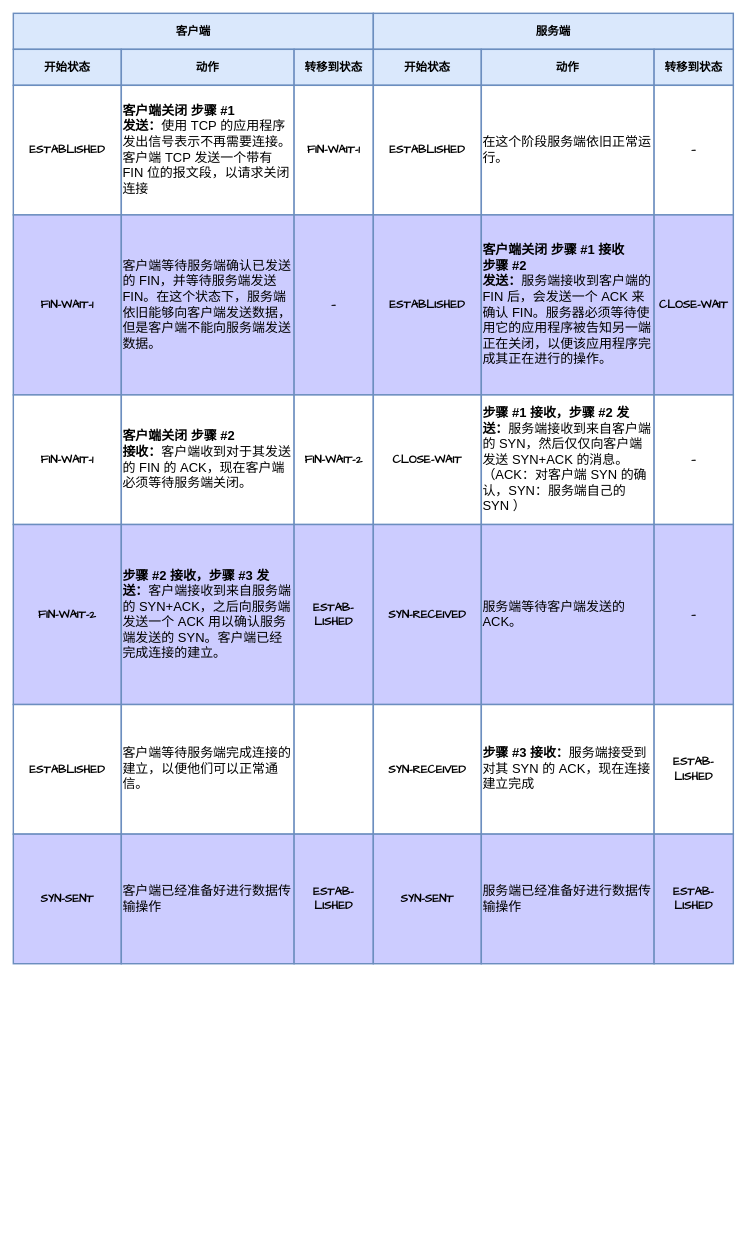
The draw.io diagram page "Page-7" (7 of 7) of TCP.drawio in LuoSue/sscdn, before the edit. Source tidied: cells renumbered, new cells numbered last; positions are measured from the earlier drawing's top-left corner, leaving out a move shared by most shapes. Both pictures are drawn from the tidied source at 72%, with x=0, y=0 at pixel (13, 13).
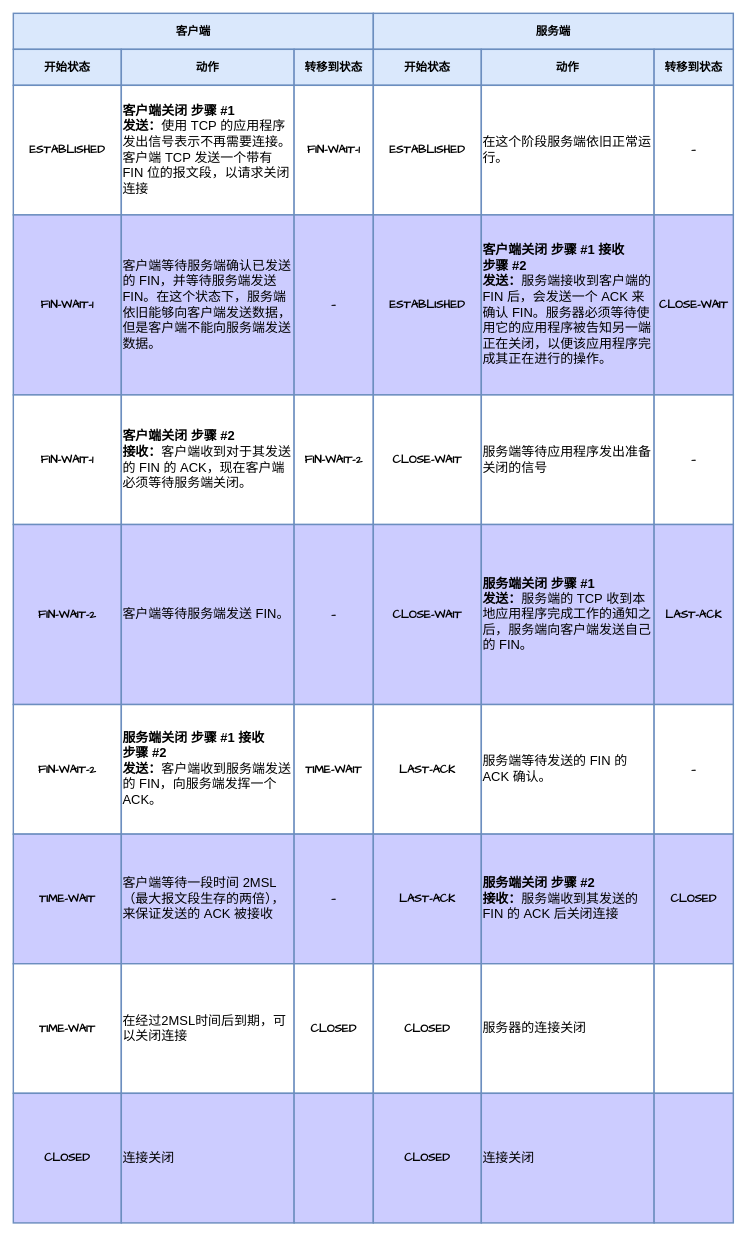
The same page after the edit.

Diff of the diagram source:
```diff
@@
-    <mxCell id="11" value="&lt;font face=&quot;HarmonyOS Sans&quot;&gt;&lt;span style=&quot;font-size: 18px;&quot;&gt;&lt;b&gt;客户端关闭&amp;nbsp;步骤 #1&lt;/b&gt;&lt;/span&gt;&lt;/font&gt;&lt;div&gt;&lt;font face=&quot;HarmonyOS Sans&quot;&gt;&lt;span style=&quot;font-size: 18px;&quot;&gt;&lt;b&gt;发送：&lt;/b&gt;使用 TCP&amp;nbsp;的应用程序发出信号表示不再需要连接。客户端 TCP&amp;nbsp;发送一个带有 FIN&amp;nbsp;位的报文段，以请求关闭连接&lt;/span&gt;&lt;/font&gt;&lt;/div&gt;" style="rounded=0;whiteSpace=wrap;html=1;strokeWidth=2;fillWeight=4;hachureGap=8;hachureAngle=45;fillColor=default;strokeColor=#6c8ebf;align=left;" parent="1" vertex="1">
+    <mxCell id="11" value="&lt;span style=&quot;font-size: 18px;&quot;&gt;&lt;b style=&quot;&quot;&gt;&lt;font face=&quot;HarmonyOS Sans&quot;&gt;客户端关闭&amp;nbsp;步骤 #1&lt;/font&gt;&lt;/b&gt;&lt;/span&gt;&lt;div&gt;&lt;span style=&quot;font-size: 18px;&quot;&gt;&lt;font face=&quot;tuTX2uS6eIChlI_M7sbH&quot;&gt;&lt;b style=&quot;&quot;&gt;发送：&lt;/b&gt;使用 TCP&amp;nbsp;的应用程序发出信号表示不再需要连接。客户端 TCP&amp;nbsp;发送一个带有 FIN&amp;nbsp;位的报文段，以请求关闭连接&lt;/font&gt;&lt;/span&gt;&lt;/div&gt;" style="rounded=0;whiteSpace=wrap;html=1;strokeWidth=2;fillWeight=4;hachureGap=8;hachureAngle=45;fillColor=default;strokeColor=#6c8ebf;align=left;" parent="1" vertex="1">
       <mxGeometry x="150" y="100" width="240" height="180" as="geometry" />
     </mxCell>
@@
-    <mxCell id="20" value="&lt;b style=&quot;font-family: &amp;quot;HarmonyOS Sans&amp;quot;; font-size: 18px;&quot;&gt;客户端关闭&amp;nbsp;步骤 #1&amp;nbsp;接收&lt;/b&gt;&lt;div&gt;&lt;b style=&quot;font-family: &amp;quot;HarmonyOS Sans&amp;quot;; font-size: 18px;&quot;&gt;步骤 #2&lt;/b&gt;&lt;/div&gt;&lt;div&gt;&lt;b style=&quot;font-family: &amp;quot;HarmonyOS Sans&amp;quot;; font-size: 18px;&quot;&gt;发送：&lt;/b&gt;&lt;span style=&quot;background-color: initial; font-size: 18px;&quot;&gt;&lt;font face=&quot;HarmonyOS Sans&quot;&gt;服务端接收到客户端的 FIN 后，会发送一个 ACK 来确认 FIN。服务器必须等待使用它的应用程序被告知另一端正在关闭，以便该应用程序完成其正在进行的操作。&lt;/font&gt;&lt;/span&gt;&lt;/div&gt;" style="rounded=0;whiteSpace=wrap;html=1;strokeWidth=2;fillWeight=4;hachureGap=8;hachureAngle=45;fillColor=#CCCCFF;strokeColor=#6c8ebf;align=left;" parent="1" vertex="1">
+    <mxCell id="20" value="&lt;b style=&quot;font-size: 18px;&quot;&gt;&lt;font face=&quot;HarmonyOS Sans&quot;&gt;客户端关闭&amp;nbsp;步骤 #1&amp;nbsp;接收&lt;/font&gt;&lt;/b&gt;&lt;div&gt;&lt;b style=&quot;font-size: 18px;&quot;&gt;&lt;font face=&quot;LI2wgQRrSszzwWAscirj&quot;&gt;步骤 #2&lt;/font&gt;&lt;/b&gt;&lt;/div&gt;&lt;div&gt;&lt;font face=&quot;LI2wgQRrSszzwWAscirj&quot;&gt;&lt;b style=&quot;font-size: 18px;&quot;&gt;发送：&lt;/b&gt;&lt;span style=&quot;background-color: initial; font-size: 18px;&quot;&gt;服务端接收到客户端的 FIN 后，会发送一个 ACK 来确认 FIN。服务器必须等待使用它的应用程序被告知另一端正在关闭，以便该应用程序完成其正在进行的操作。&lt;/span&gt;&lt;/font&gt;&lt;/div&gt;" style="rounded=0;whiteSpace=wrap;html=1;strokeWidth=2;fillWeight=4;hachureGap=8;hachureAngle=45;fillColor=#CCCCFF;strokeColor=#6c8ebf;align=left;" parent="1" vertex="1">
       <mxGeometry x="650" y="280" width="240" height="250" as="geometry" />
     </mxCell>
@@
-    <mxCell id="23" value="&lt;font face=&quot;HarmonyOS Sans&quot;&gt;&lt;span style=&quot;font-size: 18px;&quot;&gt;&lt;b&gt;客户端关闭&amp;nbsp;步骤 #2&lt;/b&gt;&lt;/span&gt;&lt;/font&gt;&lt;div&gt;&lt;font face=&quot;HarmonyOS Sans&quot;&gt;&lt;span style=&quot;font-size: 18px;&quot;&gt;&lt;b&gt;接收：&lt;/b&gt;客户端收到对于其发送的 FIN&amp;nbsp;的 ACK，现在客户端必须等待服务端关闭。&lt;/span&gt;&lt;/font&gt;&lt;/div&gt;" style="rounded=0;whiteSpace=wrap;html=1;strokeWidth=2;fillWeight=4;hachureGap=8;hachureAngle=45;fillColor=default;strokeColor=#6c8ebf;align=left;" parent="1" vertex="1">
+    <mxCell id="23" value="&lt;span style=&quot;font-size: 18px;&quot;&gt;&lt;b style=&quot;&quot;&gt;&lt;font face=&quot;HarmonyOS Sans&quot;&gt;客户端关闭&amp;nbsp;步骤 #2&lt;/font&gt;&lt;/b&gt;&lt;/span&gt;&lt;div&gt;&lt;span style=&quot;font-size: 18px;&quot;&gt;&lt;font face=&quot;Zy6z-xMidC0YDZ-pbTR6&quot;&gt;&lt;b style=&quot;&quot;&gt;接收：&lt;/b&gt;客户端收到对于其发送的 FIN&amp;nbsp;的 ACK，现在客户端必须等待服务端关闭。&lt;/font&gt;&lt;/span&gt;&lt;/div&gt;" style="rounded=0;whiteSpace=wrap;html=1;strokeWidth=2;fillWeight=4;hachureGap=8;hachureAngle=45;fillColor=default;strokeColor=#6c8ebf;align=left;" parent="1" vertex="1">
       <mxGeometry x="150" y="530" width="240" height="180" as="geometry" />
     </mxCell>
@@
-    <mxCell id="26" value="&lt;span style=&quot;font-size: 18px; background-color: initial; font-family: &amp;quot;HarmonyOS Sans&amp;quot;;&quot;&gt;&lt;b&gt;步骤 #1&amp;nbsp;接收，步骤 #2&amp;nbsp;发送：&lt;/b&gt;服务端接收到来自客户端的 SYN，然后仅仅向客户端发送 SYN+ACK&amp;nbsp;的消息。（ACK：对客户端 SYN&amp;nbsp;的确认，SYN：服务端自己的 SYN ）&lt;/span&gt;" style="rounded=0;whiteSpace=wrap;html=1;strokeWidth=2;fillWeight=4;hachureGap=8;hachureAngle=45;fillColor=default;strokeColor=#6c8ebf;align=left;" parent="1" vertex="1">
+    <mxCell id="26" value="&lt;span style=&quot;font-size: 18px;&quot;&gt;&lt;font face=&quot;HarmonyOS Sans&quot;&gt;服务端等待应用程序发出准备关闭的信号&lt;/font&gt;&lt;/span&gt;" style="rounded=0;whiteSpace=wrap;html=1;strokeWidth=2;fillWeight=4;hachureGap=8;hachureAngle=45;fillColor=default;strokeColor=#6c8ebf;align=left;" parent="1" vertex="1">
       <mxGeometry x="650" y="530" width="240" height="180" as="geometry" />
     </mxCell>
@@
-    <mxCell id="29" value="&lt;div style=&quot;font-size: 18px;&quot;&gt;&lt;span style=&quot;font-family: &amp;quot;HarmonyOS Sans&amp;quot;; background-color: initial;&quot;&gt;&lt;b&gt;步骤 #2&amp;nbsp;接收，步骤 #3&amp;nbsp;发送：&lt;/b&gt;客户端接收到来自服务端的 SYN+ACK，之后向服务端发送一个 ACK&amp;nbsp;用以确认服务端发送的 SYN。客户端已经完成连接的建立。&lt;/span&gt;&lt;/div&gt;" style="rounded=0;whiteSpace=wrap;html=1;strokeWidth=2;fillWeight=4;hachureGap=8;hachureAngle=45;fillColor=#CCCCFF;strokeColor=#6c8ebf;align=left;" parent="1" vertex="1">
+    <mxCell id="29" value="&lt;div style=&quot;font-size: 18px;&quot;&gt;&lt;font face=&quot;HarmonyOS Sans&quot;&gt;客户端等待服务端发送 FIN。&lt;/font&gt;&lt;/div&gt;" style="rounded=0;whiteSpace=wrap;html=1;strokeWidth=2;fillWeight=4;hachureGap=8;hachureAngle=45;fillColor=#CCCCFF;strokeColor=#6c8ebf;align=left;" parent="1" vertex="1">
       <mxGeometry x="150" y="710" width="240" height="250" as="geometry" />
     </mxCell>
-    <mxCell id="30" value="&lt;font face=&quot;Comic Sans MS&quot;&gt;&lt;span style=&quot;font-size: 16px;&quot;&gt;&lt;b&gt;ESTAB-LISHED&lt;/b&gt;&lt;/span&gt;&lt;/font&gt;" style="rounded=0;whiteSpace=wrap;html=1;strokeWidth=2;fillWeight=4;hachureGap=8;hachureAngle=45;fillColor=#CCCCFF;strokeColor=#6c8ebf;" parent="1" vertex="1">
+    <mxCell id="30" value="&lt;b style=&quot;font-size: 16px;&quot;&gt;&lt;font face=&quot;Comic Sans MS&quot;&gt;—&lt;/font&gt;&lt;/b&gt;" style="rounded=0;whiteSpace=wrap;html=1;strokeWidth=2;fillWeight=4;hachureGap=8;hachureAngle=45;fillColor=#CCCCFF;strokeColor=#6c8ebf;" parent="1" vertex="1">
       <mxGeometry x="390" y="710" width="110" height="250" as="geometry" />
     </mxCell>
-    <mxCell id="31" value="&lt;font face=&quot;Comic Sans MS&quot;&gt;&lt;span style=&quot;font-size: 16px;&quot;&gt;&lt;b&gt;SYN-RECEIVED&lt;/b&gt;&lt;/span&gt;&lt;/font&gt;" style="rounded=0;whiteSpace=wrap;html=1;strokeWidth=2;fillWeight=4;hachureGap=8;hachureAngle=45;fillColor=#CCCCFF;strokeColor=#6c8ebf;" parent="1" vertex="1">
+    <mxCell id="31" value="&lt;b style=&quot;font-family: &amp;quot;Comic Sans MS&amp;quot;; font-size: 16px;&quot;&gt;CLOSE-WAIT&lt;/b&gt;" style="rounded=0;whiteSpace=wrap;html=1;strokeWidth=2;fillWeight=4;hachureGap=8;hachureAngle=45;fillColor=#CCCCFF;strokeColor=#6c8ebf;" parent="1" vertex="1">
       <mxGeometry x="500" y="710" width="150" height="250" as="geometry" />
     </mxCell>
-    <mxCell id="32" value="&lt;div style=&quot;font-size: 18px;&quot;&gt;&lt;font face=&quot;HarmonyOS Sans&quot;&gt;服务端等待客户端发送的 ACK。&lt;/font&gt;&lt;/div&gt;" style="rounded=0;whiteSpace=wrap;html=1;strokeWidth=2;fillWeight=4;hachureGap=8;hachureAngle=45;fillColor=#CCCCFF;strokeColor=#6c8ebf;align=left;" parent="1" vertex="1">
+    <mxCell id="32" value="&lt;div style=&quot;font-size: 18px;&quot;&gt;&lt;font face=&quot;HarmonyOS Sans&quot;&gt;&lt;b&gt;服务端关闭 步骤 #1&lt;/b&gt;&lt;/font&gt;&lt;/div&gt;&lt;div style=&quot;font-size: 18px;&quot;&gt;&lt;font face=&quot;HarmonyOS Sans&quot;&gt;&lt;b&gt;发送：&lt;/b&gt;服务端的 TCP&amp;nbsp;收到本地应用程序完成工作的通知之后，服务端向客户端发送自己的 FIN。&lt;/font&gt;&lt;/div&gt;" style="rounded=0;whiteSpace=wrap;html=1;strokeWidth=2;fillWeight=4;hachureGap=8;hachureAngle=45;fillColor=#CCCCFF;strokeColor=#6c8ebf;align=left;" parent="1" vertex="1">
       <mxGeometry x="650" y="710" width="240" height="250" as="geometry" />
     </mxCell>
-    <mxCell id="33" value="&lt;font face=&quot;Comic Sans MS&quot;&gt;&lt;span style=&quot;font-size: 16px;&quot;&gt;&lt;b&gt;—&lt;/b&gt;&lt;/span&gt;&lt;/font&gt;" style="rounded=0;whiteSpace=wrap;html=1;strokeWidth=2;fillWeight=4;hachureGap=8;hachureAngle=45;fillColor=#CCCCFF;strokeColor=#6c8ebf;" parent="1" vertex="1">
+    <mxCell id="33" value="&lt;font face=&quot;Comic Sans MS&quot;&gt;&lt;span style=&quot;font-size: 16px;&quot;&gt;&lt;b&gt;LAST-ACK&lt;/b&gt;&lt;/span&gt;&lt;/font&gt;" style="rounded=0;whiteSpace=wrap;html=1;strokeWidth=2;fillWeight=4;hachureGap=8;hachureAngle=45;fillColor=#CCCCFF;strokeColor=#6c8ebf;" parent="1" vertex="1">
       <mxGeometry x="890" y="710" width="110" height="250" as="geometry" />
     </mxCell>
-    <mxCell id="34" value="&lt;b style=&quot;font-family: &amp;quot;Comic Sans MS&amp;quot;; font-size: 16px;&quot;&gt;ESTABLISHED&lt;/b&gt;" style="rounded=0;whiteSpace=wrap;html=1;strokeWidth=2;fillWeight=4;hachureGap=8;hachureAngle=45;fillColor=default;strokeColor=#6c8ebf;" parent="1" vertex="1">
+    <mxCell id="34" value="&lt;b style=&quot;font-family: &amp;quot;Comic Sans MS&amp;quot;; font-size: 16px;&quot;&gt;FIN-WAIT-2&lt;/b&gt;" style="rounded=0;whiteSpace=wrap;html=1;strokeWidth=2;fillWeight=4;hachureGap=8;hachureAngle=45;fillColor=default;strokeColor=#6c8ebf;" parent="1" vertex="1">
       <mxGeometry y="960" width="150" height="180" as="geometry" />
     </mxCell>
-    <mxCell id="35" value="&lt;font face=&quot;HarmonyOS Sans&quot;&gt;&lt;span style=&quot;font-size: 18px;&quot;&gt;客户端等待服务端完成连接的建立，以便他们可以正常通信。&lt;/span&gt;&lt;/font&gt;" style="rounded=0;whiteSpace=wrap;html=1;strokeWidth=2;fillWeight=4;hachureGap=8;hachureAngle=45;fillColor=default;strokeColor=#6c8ebf;align=left;" parent="1" vertex="1">
+    <mxCell id="35" value="&lt;div style=&quot;font-size: 18px;&quot;&gt;&lt;font face=&quot;HarmonyOS Sans&quot;&gt;&lt;b&gt;服务端关闭 步骤 #1 接收&lt;/b&gt;&lt;/font&gt;&lt;/div&gt;&lt;div style=&quot;font-size: 18px;&quot;&gt;&lt;font face=&quot;HarmonyOS Sans&quot;&gt;&lt;b&gt;步骤 #2&lt;/b&gt;&lt;/font&gt;&lt;/div&gt;&lt;div style=&quot;font-size: 18px;&quot;&gt;&lt;font face=&quot;HarmonyOS Sans&quot;&gt;&lt;b&gt;发送：&lt;/b&gt;客户端收到服务端发送的 FIN，向服务端发挥一个 ACK。&lt;/font&gt;&lt;/div&gt;" style="rounded=0;whiteSpace=wrap;html=1;strokeWidth=2;fillWeight=4;hachureGap=8;hachureAngle=45;fillColor=default;strokeColor=#6c8ebf;align=left;" parent="1" vertex="1">
       <mxGeometry x="150" y="960" width="240" height="180" as="geometry" />
     </mxCell>
-    <mxCell id="36" style="rounded=0;whiteSpace=wrap;html=1;strokeWidth=2;fillWeight=4;hachureGap=8;hachureAngle=45;fillColor=default;strokeColor=#6c8ebf;" parent="1" vertex="1">
+    <mxCell id="36" value="&lt;b style=&quot;font-family: &amp;quot;Comic Sans MS&amp;quot;; font-size: 16px;&quot;&gt;TIME-WAIT&lt;/b&gt;" style="rounded=0;whiteSpace=wrap;html=1;strokeWidth=2;fillWeight=4;hachureGap=8;hachureAngle=45;fillColor=default;strokeColor=#6c8ebf;" parent="1" vertex="1">
       <mxGeometry x="390" y="960" width="110" height="180" as="geometry" />
     </mxCell>
-    <mxCell id="37" value="&lt;b style=&quot;font-family: &amp;quot;Comic Sans MS&amp;quot;; font-size: 16px;&quot;&gt;SYN-RECEIVED&lt;/b&gt;" style="rounded=0;whiteSpace=wrap;html=1;strokeWidth=2;fillWeight=4;hachureGap=8;hachureAngle=45;fillColor=default;strokeColor=#6c8ebf;" parent="1" vertex="1">
+    <mxCell id="37" value="&lt;b style=&quot;font-family: &amp;quot;Comic Sans MS&amp;quot;; font-size: 16px;&quot;&gt;LAST-ACK&lt;/b&gt;" style="rounded=0;whiteSpace=wrap;html=1;strokeWidth=2;fillWeight=4;hachureGap=8;hachureAngle=45;fillColor=default;strokeColor=#6c8ebf;" parent="1" vertex="1">
       <mxGeometry x="500" y="960" width="150" height="180" as="geometry" />
     </mxCell>
-    <mxCell id="38" value="&lt;span style=&quot;font-size: 18px; background-color: initial; font-family: &amp;quot;HarmonyOS Sans&amp;quot;;&quot;&gt;&lt;b&gt;步骤 #3&amp;nbsp;接收：&lt;/b&gt;服务端接受到对其 SYN&amp;nbsp;的 ACK，现在连接建立完成&lt;/span&gt;" style="rounded=0;whiteSpace=wrap;html=1;strokeWidth=2;fillWeight=4;hachureGap=8;hachureAngle=45;fillColor=default;strokeColor=#6c8ebf;align=left;" parent="1" vertex="1">
+    <mxCell id="38" value="&lt;font face=&quot;HarmonyOS Sans&quot;&gt;&lt;span style=&quot;font-size: 18px;&quot;&gt;服务端等待发送的 FIN&amp;nbsp;的 ACK&amp;nbsp;确认。&lt;/span&gt;&lt;/font&gt;" style="rounded=0;whiteSpace=wrap;html=1;strokeWidth=2;fillWeight=4;hachureGap=8;hachureAngle=45;fillColor=default;strokeColor=#6c8ebf;align=left;" parent="1" vertex="1">
       <mxGeometry x="650" y="960" width="240" height="180" as="geometry" />
     </mxCell>
-    <mxCell id="39" value="&lt;b style=&quot;font-family: &amp;quot;Comic Sans MS&amp;quot;; font-size: 16px;&quot;&gt;ESTAB-LISHED&lt;/b&gt;" style="rounded=0;whiteSpace=wrap;html=1;strokeWidth=2;fillWeight=4;hachureGap=8;hachureAngle=45;fillColor=default;strokeColor=#6c8ebf;" parent="1" vertex="1">
+    <mxCell id="39" value="&lt;b style=&quot;font-size: 16px;&quot;&gt;&lt;font face=&quot;Comic Sans MS&quot;&gt;—&lt;/font&gt;&lt;/b&gt;" style="rounded=0;whiteSpace=wrap;html=1;strokeWidth=2;fillWeight=4;hachureGap=8;hachureAngle=45;fillColor=default;strokeColor=#6c8ebf;" parent="1" vertex="1">
       <mxGeometry x="890" y="960" width="110" height="180" as="geometry" />
     </mxCell>
-    <mxCell id="40" value="&lt;font face=&quot;Comic Sans MS&quot;&gt;&lt;span style=&quot;font-size: 16px;&quot;&gt;&lt;b&gt;SYN-SENT&lt;/b&gt;&lt;/span&gt;&lt;/font&gt;" style="rounded=0;whiteSpace=wrap;html=1;strokeWidth=2;fillWeight=4;hachureGap=8;hachureAngle=45;fillColor=#CCCCFF;strokeColor=#6c8ebf;" parent="1" vertex="1">
+    <mxCell id="40" value="&lt;b style=&quot;font-family: &amp;quot;Comic Sans MS&amp;quot;; font-size: 16px;&quot;&gt;TIME-WAIT&lt;/b&gt;" style="rounded=0;whiteSpace=wrap;html=1;strokeWidth=2;fillWeight=4;hachureGap=8;hachureAngle=45;fillColor=#CCCCFF;strokeColor=#6c8ebf;" parent="1" vertex="1">
       <mxGeometry y="1140" width="150" height="180" as="geometry" />
     </mxCell>
-    <mxCell id="41" value="&lt;div style=&quot;font-size: 18px;&quot;&gt;&lt;font face=&quot;HarmonyOS Sans&quot;&gt;客户端已经准备好进行数据传输操作&lt;/font&gt;&lt;/div&gt;" style="rounded=0;whiteSpace=wrap;html=1;strokeWidth=2;fillWeight=4;hachureGap=8;hachureAngle=45;fillColor=#CCCCFF;strokeColor=#6c8ebf;align=left;" parent="1" vertex="1">
+    <mxCell id="41" value="&lt;div style=&quot;font-size: 18px;&quot;&gt;&lt;span style=&quot;font-family: &amp;quot;HarmonyOS Sans&amp;quot;;&quot;&gt;客户端等待一段时间 2MSL（最大报文段生存的两倍），来保证发送的 ACK&amp;nbsp;被接收&lt;/span&gt;&lt;br&gt;&lt;/div&gt;" style="rounded=0;whiteSpace=wrap;html=1;strokeWidth=2;fillWeight=4;hachureGap=8;hachureAngle=45;fillColor=#CCCCFF;strokeColor=#6c8ebf;align=left;" parent="1" vertex="1">
       <mxGeometry x="150" y="1140" width="240" height="180" as="geometry" />
     </mxCell>
-    <mxCell id="42" value="&lt;font face=&quot;Comic Sans MS&quot;&gt;&lt;span style=&quot;font-size: 16px;&quot;&gt;&lt;b&gt;ESTAB-LISHED&lt;/b&gt;&lt;/span&gt;&lt;/font&gt;" style="rounded=0;whiteSpace=wrap;html=1;strokeWidth=2;fillWeight=4;hachureGap=8;hachureAngle=45;fillColor=#CCCCFF;strokeColor=#6c8ebf;" parent="1" vertex="1">
+    <mxCell id="42" value="&lt;b style=&quot;font-size: 16px;&quot;&gt;&lt;font face=&quot;Comic Sans MS&quot;&gt;—&lt;/font&gt;&lt;/b&gt;" style="rounded=0;whiteSpace=wrap;html=1;strokeWidth=2;fillWeight=4;hachureGap=8;hachureAngle=45;fillColor=#CCCCFF;strokeColor=#6c8ebf;" parent="1" vertex="1">
       <mxGeometry x="390" y="1140" width="110" height="180" as="geometry" />
     </mxCell>
-    <mxCell id="43" value="&lt;font face=&quot;Comic Sans MS&quot;&gt;&lt;span style=&quot;font-size: 16px;&quot;&gt;&lt;b&gt;SYN-SENT&lt;/b&gt;&lt;/span&gt;&lt;/font&gt;" style="rounded=0;whiteSpace=wrap;html=1;strokeWidth=2;fillWeight=4;hachureGap=8;hachureAngle=45;fillColor=#CCCCFF;strokeColor=#6c8ebf;" parent="1" vertex="1">
+    <mxCell id="43" value="&lt;b style=&quot;font-family: &amp;quot;Comic Sans MS&amp;quot;; font-size: 16px;&quot;&gt;LAST-ACK&lt;/b&gt;" style="rounded=0;whiteSpace=wrap;html=1;strokeWidth=2;fillWeight=4;hachureGap=8;hachureAngle=45;fillColor=#CCCCFF;strokeColor=#6c8ebf;" parent="1" vertex="1">
       <mxGeometry x="500" y="1140" width="150" height="180" as="geometry" />
     </mxCell>
-    <mxCell id="44" value="&lt;div style=&quot;font-size: 18px;&quot;&gt;&lt;span style=&quot;font-family: &amp;quot;HarmonyOS Sans&amp;quot;;&quot;&gt;服务端已经准备好进行数据传输操作&lt;/span&gt;&lt;br&gt;&lt;/div&gt;" style="rounded=0;whiteSpace=wrap;html=1;strokeWidth=2;fillWeight=4;hachureGap=8;hachureAngle=45;fillColor=#CCCCFF;strokeColor=#6c8ebf;align=left;" parent="1" vertex="1">
+    <mxCell id="44" value="&lt;div style=&quot;font-size: 18px;&quot;&gt;&lt;div&gt;&lt;font face=&quot;HarmonyOS Sans&quot;&gt;&lt;b&gt;服务端关闭&amp;nbsp;&lt;/b&gt;&lt;/font&gt;&lt;b style=&quot;font-family: &amp;quot;HarmonyOS Sans&amp;quot;; background-color: initial;&quot;&gt;步骤 #2&lt;/b&gt;&lt;/div&gt;&lt;div&gt;&lt;font face=&quot;HarmonyOS Sans&quot;&gt;&lt;b&gt;接收：&lt;/b&gt;服务端收到其发送的 FIN&amp;nbsp;的 ACK&amp;nbsp;后关闭连接&lt;/font&gt;&lt;/div&gt;&lt;/div&gt;" style="rounded=0;whiteSpace=wrap;html=1;strokeWidth=2;fillWeight=4;hachureGap=8;hachureAngle=45;fillColor=#CCCCFF;strokeColor=#6c8ebf;align=left;" parent="1" vertex="1">
       <mxGeometry x="650" y="1140" width="240" height="180" as="geometry" />
     </mxCell>
-    <mxCell id="45" value="&lt;font face=&quot;Comic Sans MS&quot;&gt;&lt;span style=&quot;font-size: 16px;&quot;&gt;&lt;b&gt;ESTAB-LISHED&lt;/b&gt;&lt;/span&gt;&lt;/font&gt;" style="rounded=0;whiteSpace=wrap;html=1;strokeWidth=2;fillWeight=4;hachureGap=8;hachureAngle=45;fillColor=#CCCCFF;strokeColor=#6c8ebf;" parent="1" vertex="1">
+    <mxCell id="45" value="&lt;font face=&quot;Comic Sans MS&quot;&gt;&lt;span style=&quot;font-size: 16px;&quot;&gt;&lt;b&gt;CLOSED&lt;/b&gt;&lt;/span&gt;&lt;/font&gt;" style="rounded=0;whiteSpace=wrap;html=1;strokeWidth=2;fillWeight=4;hachureGap=8;hachureAngle=45;fillColor=#CCCCFF;strokeColor=#6c8ebf;" parent="1" vertex="1">
       <mxGeometry x="890" y="1140" width="110" height="180" as="geometry" />
     </mxCell>
+    <mxCell id="46" value="&lt;b style=&quot;font-family: &amp;quot;Comic Sans MS&amp;quot;; font-size: 16px;&quot;&gt;TIME-WAIT&lt;/b&gt;" style="rounded=0;whiteSpace=wrap;html=1;strokeWidth=2;fillWeight=4;hachureGap=8;hachureAngle=45;fillColor=default;strokeColor=#6c8ebf;" parent="1" vertex="1">
+      <mxGeometry y="1320" width="150" height="180" as="geometry" />
+    </mxCell>
+    <mxCell id="47" value="&lt;div style=&quot;font-size: 18px;&quot;&gt;&lt;font face=&quot;HarmonyOS Sans&quot;&gt;在经过2MSL时间后到期，可以关闭连接&lt;/font&gt;&lt;/div&gt;" style="rounded=0;whiteSpace=wrap;html=1;strokeWidth=2;fillWeight=4;hachureGap=8;hachureAngle=45;fillColor=default;strokeColor=#6c8ebf;align=left;" parent="1" vertex="1">
+      <mxGeometry x="150" y="1320" width="240" height="180" as="geometry" />
+    </mxCell>
+    <mxCell id="48" value="&lt;b style=&quot;font-family: &amp;quot;Comic Sans MS&amp;quot;; font-size: 16px;&quot;&gt;CLOSED&lt;/b&gt;" style="rounded=0;whiteSpace=wrap;html=1;strokeWidth=2;fillWeight=4;hachureGap=8;hachureAngle=45;fillColor=default;strokeColor=#6c8ebf;" parent="1" vertex="1">
+      <mxGeometry x="390" y="1320" width="110" height="180" as="geometry" />
+    </mxCell>
+    <mxCell id="49" value="&lt;b style=&quot;font-family: &amp;quot;Comic Sans MS&amp;quot;; font-size: 16px;&quot;&gt;CLOSED&lt;/b&gt;" style="rounded=0;whiteSpace=wrap;html=1;strokeWidth=2;fillWeight=4;hachureGap=8;hachureAngle=45;fillColor=default;strokeColor=#6c8ebf;" parent="1" vertex="1">
+      <mxGeometry x="500" y="1320" width="150" height="180" as="geometry" />
+    </mxCell>
+    <mxCell id="50" value="&lt;div style=&quot;font-size: 18px;&quot;&gt;&lt;font face=&quot;HarmonyOS Sans&quot;&gt;服务器的连接关闭&lt;/font&gt;&lt;/div&gt;" style="rounded=0;whiteSpace=wrap;html=1;strokeWidth=2;fillWeight=4;hachureGap=8;hachureAngle=45;fillColor=default;strokeColor=#6c8ebf;align=left;" parent="1" vertex="1">
+      <mxGeometry x="650" y="1320" width="240" height="180" as="geometry" />
+    </mxCell>
+    <mxCell id="51" style="rounded=0;whiteSpace=wrap;html=1;strokeWidth=2;fillWeight=4;hachureGap=8;hachureAngle=45;fillColor=default;strokeColor=#6c8ebf;" parent="1" vertex="1">
+      <mxGeometry x="890" y="1320" width="110" height="180" as="geometry" />
+    </mxCell>
+    <mxCell id="52" value="&lt;b style=&quot;font-family: &amp;quot;Comic Sans MS&amp;quot;; font-size: 16px;&quot;&gt;CLOSED&lt;/b&gt;" style="rounded=0;whiteSpace=wrap;html=1;strokeWidth=2;fillWeight=4;hachureGap=8;hachureAngle=45;fillColor=#CCCCFF;strokeColor=#6c8ebf;" parent="1" vertex="1">
+      <mxGeometry y="1500" width="150" height="180" as="geometry" />
+    </mxCell>
+    <mxCell id="53" value="&lt;div style=&quot;font-size: 18px;&quot;&gt;&lt;font face=&quot;HarmonyOS Sans&quot;&gt;连接关闭&lt;/font&gt;&lt;/div&gt;" style="rounded=0;whiteSpace=wrap;html=1;strokeWidth=2;fillWeight=4;hachureGap=8;hachureAngle=45;fillColor=#CCCCFF;strokeColor=#6c8ebf;align=left;" parent="1" vertex="1">
+      <mxGeometry x="150" y="1500" width="240" height="180" as="geometry" />
+    </mxCell>
+    <mxCell id="54" style="rounded=0;whiteSpace=wrap;html=1;strokeWidth=2;fillWeight=4;hachureGap=8;hachureAngle=45;fillColor=#CCCCFF;strokeColor=#6c8ebf;" parent="1" vertex="1">
+      <mxGeometry x="390" y="1500" width="110" height="180" as="geometry" />
+    </mxCell>
+    <mxCell id="55" value="&lt;b style=&quot;font-family: &amp;quot;Comic Sans MS&amp;quot;; font-size: 16px;&quot;&gt;CLOSED&lt;/b&gt;" style="rounded=0;whiteSpace=wrap;html=1;strokeWidth=2;fillWeight=4;hachureGap=8;hachureAngle=45;fillColor=#CCCCFF;strokeColor=#6c8ebf;" parent="1" vertex="1">
+      <mxGeometry x="500" y="1500" width="150" height="180" as="geometry" />
+    </mxCell>
+    <mxCell id="56" value="&lt;div style=&quot;font-size: 18px;&quot;&gt;&lt;font face=&quot;HarmonyOS Sans&quot;&gt;连接关闭&lt;/font&gt;&lt;/div&gt;" style="rounded=0;whiteSpace=wrap;html=1;strokeWidth=2;fillWeight=4;hachureGap=8;hachureAngle=45;fillColor=#CCCCFF;strokeColor=#6c8ebf;align=left;" parent="1" vertex="1">
+      <mxGeometry x="650" y="1500" width="240" height="180" as="geometry" />
+    </mxCell>
+    <mxCell id="57" style="rounded=0;whiteSpace=wrap;html=1;strokeWidth=2;fillWeight=4;hachureGap=8;hachureAngle=45;fillColor=#CCCCFF;strokeColor=#6c8ebf;" parent="1" vertex="1">
+      <mxGeometry x="890" y="1500" width="110" height="180" as="geometry" />
+    </mxCell>
```
